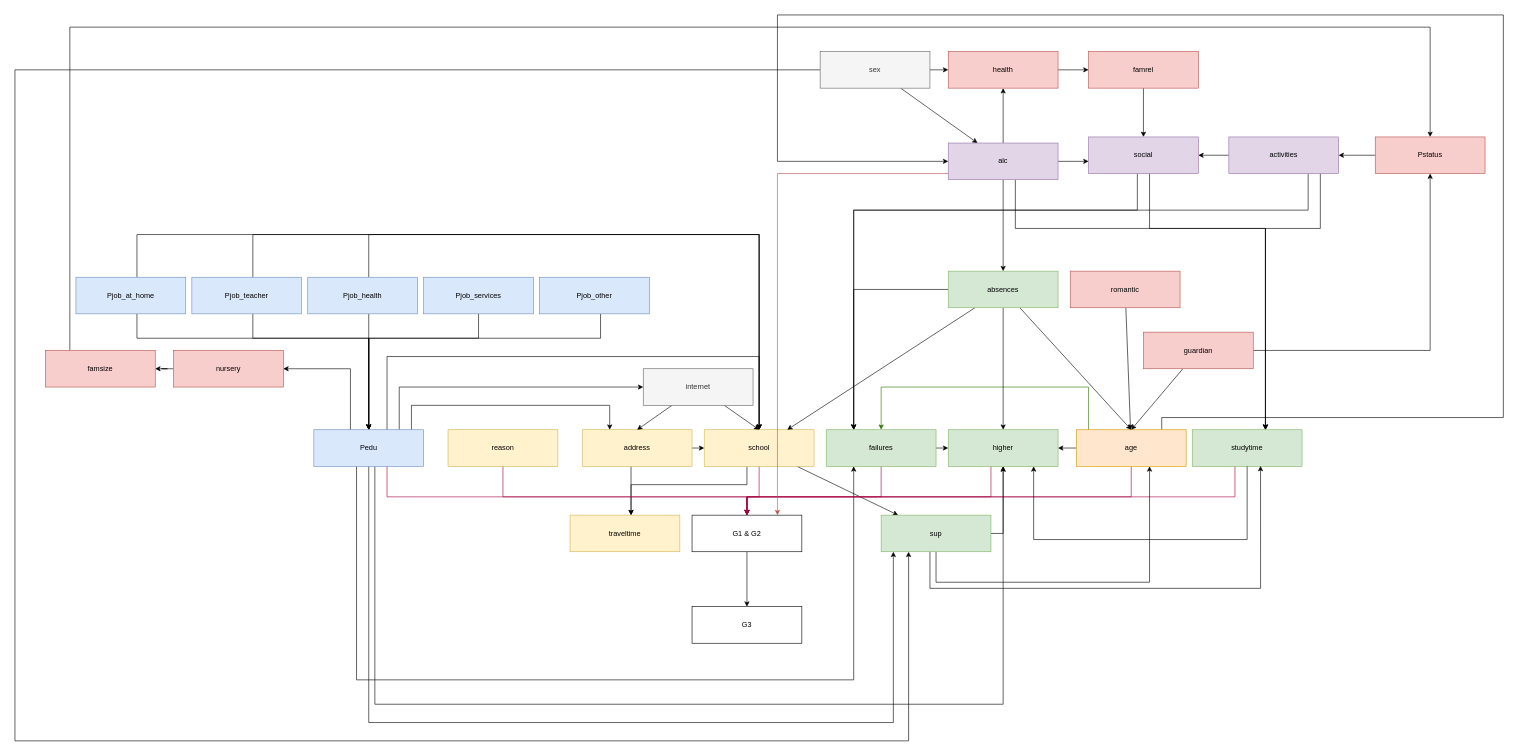
Super-T02/ki-bayesian-networks keeps this draw.io diagram as page "Small Net" (6 of 6) of doc/graph.drawio. Above is the earlier version. Source tidied: cells renumbered, new cells numbered last; positions are measured from the earlier drawing's top-left corner, leaving out a move shared by most shapes. Both pictures are drawn from the tidied source at 61%, with x=0, y=0 at pixel (15, 15).
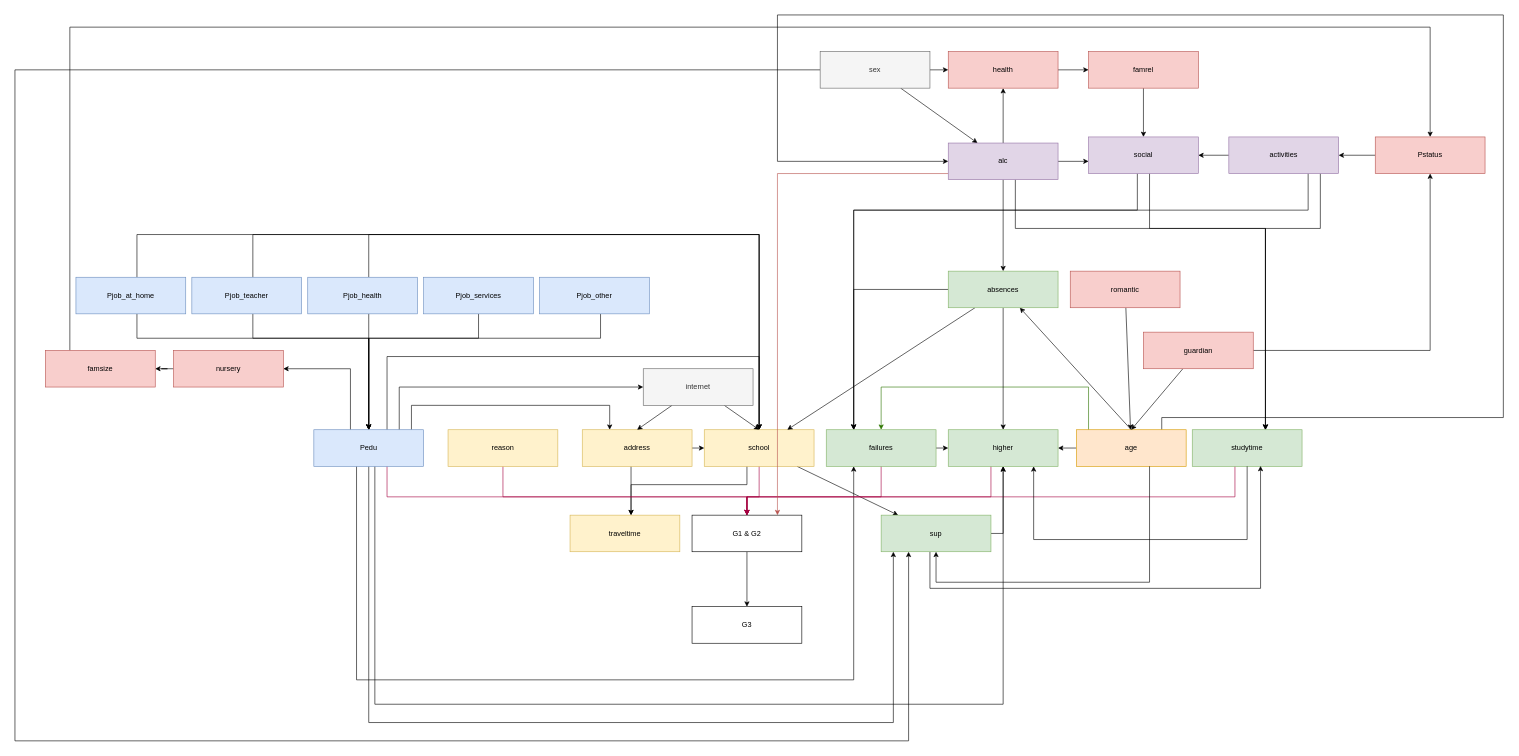
After the change.

The change refers to these unchanged cells:
```xml
<mxCell id="14" value="age" style="rounded=0;whiteSpace=wrap;html=1;fillColor=#ffe6cc;strokeColor=#d79b00;" parent="1" vertex="1">
  <mxGeometry x="1740" y="680" width="180" height="60" as="geometry" />
</mxCell>
<mxCell id="48" value="sup" style="rounded=0;whiteSpace=wrap;html=1;fillColor=#d5e8d4;strokeColor=#82b366;" parent="1" vertex="1">
  <mxGeometry x="1420" y="820" width="180" height="60" as="geometry" />
</mxCell>
<mxCell id="80" value="absences" style="rounded=0;whiteSpace=wrap;html=1;fillColor=#d5e8d4;strokeColor=#82b366;" parent="1" vertex="1">
  <mxGeometry x="1530" y="420" width="180" height="60" as="geometry" />
</mxCell>
<mxCell id="82" value="G1 &amp;amp; G2" style="rounded=0;whiteSpace=wrap;html=1;" parent="1" vertex="1">
  <mxGeometry x="1110" y="820" width="180" height="60" as="geometry" />
</mxCell>
```

The edit, as a diff of the source:
```diff
@@
-    <mxCell id="11" style="edgeStyle=orthogonalEdgeStyle;rounded=0;jettySize=auto;html=1;entryX=0.5;entryY=0;entryDx=0;entryDy=0;fillColor=#d80073;strokeColor=#A50040;" parent="1" edge="1" source="14" target="82">
-      <mxGeometry relative="1" as="geometry">
-        <Array as="points">
-          <mxPoint x="1830" y="790" />
-          <mxPoint x="1200" y="790" />
-        </Array>
-      </mxGeometry>
-    </mxCell>
@@
-    <mxCell id="45" style="edgeStyle=orthogonalEdgeStyle;rounded=0;jettySize=auto;html=1;" parent="1" edge="1" source="48">
+    <mxCell id="45" style="edgeStyle=orthogonalEdgeStyle;rounded=0;jettySize=auto;html=1;startArrow=classic;startFill=1;endArrow=none;endFill=0;" parent="1" edge="1" source="48">
       <mxGeometry relative="1" as="geometry">
         <mxPoint x="1860" y="740" as="targetPoint" />
         <Array as="points">
           <mxPoint x="1510" y="930" />
           <mxPoint x="1860" y="930" />
           <mxPoint x="1860" y="740" />
         </Array>
       </mxGeometry>
     </mxCell>
@@
-    <mxCell id="78" style="edgeStyle=none;rounded=0;jettySize=auto;html=1;entryX=0.5;entryY=0;entryDx=0;entryDy=0;" parent="1" edge="1" source="80" target="14">
+    <mxCell id="78" style="edgeStyle=none;rounded=0;jettySize=auto;html=1;entryX=0.5;entryY=0;entryDx=0;entryDy=0;startArrow=classic;startFill=1;endArrow=none;endFill=0;" parent="1" edge="1" source="80" target="14">
       <mxGeometry relative="1" as="geometry" />
     </mxCell>
```
